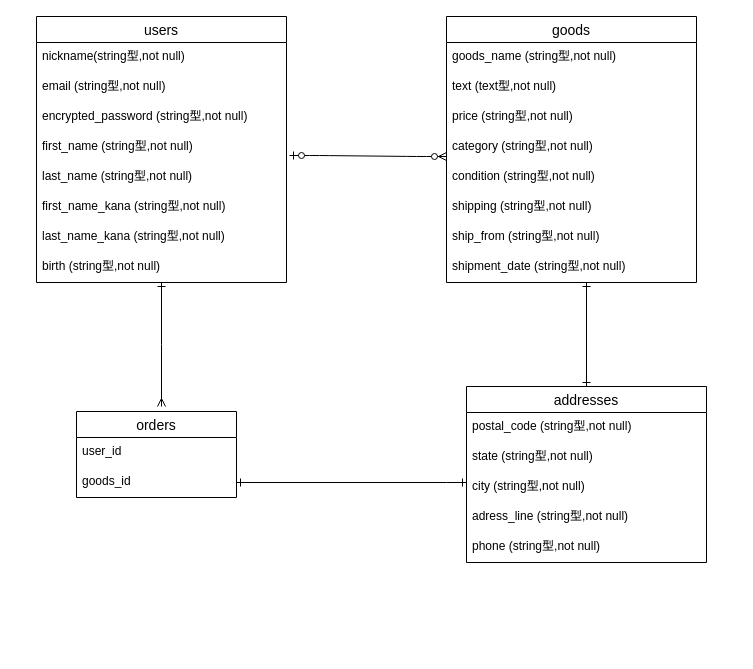
Earlier version of the draw.io diagram Er.dio (tina0729/furima-36096). Source tidied: cells renumbered, new cells numbered last; positions are measured from the earlier drawing's top-left corner, leaving out a move shared by most shapes. Both pictures are drawn from the tidied source at 100%, with x=0, y=0 at pixel (36, 16).
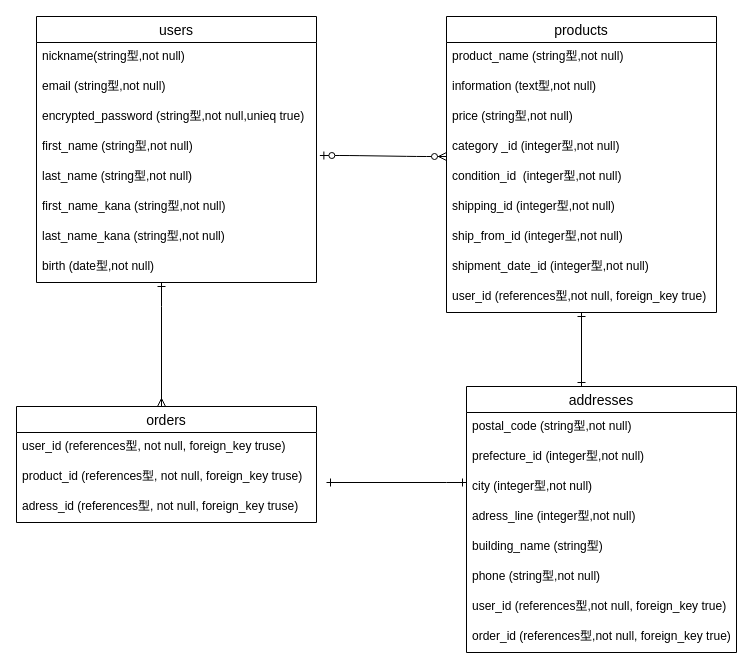
Above is the later version.

Change to the diagram source:
```diff
@@
     <mxCell id="2" style="edgeStyle=orthogonalEdgeStyle;rounded=0;jettySize=auto;html=1;endArrow=ERmany;endFill=0;startArrow=ERone;startFill=0;" parent="1" edge="1" source="3">
       <mxGeometry relative="1" as="geometry">
         <mxPoint x="125" y="390" as="targetPoint" />
+        <Array as="points">
+          <mxPoint x="125" y="290" />
+          <mxPoint x="125" y="290" />
+        </Array>
       </mxGeometry>
     </mxCell>
     <mxCell id="3" value="users" style="swimlane;fontStyle=0;horizontal=1;startSize=26;align=center;fontSize=14;" parent="1" vertex="1">
-      <mxGeometry width="250" height="266" as="geometry" />
+      <mxGeometry width="280" height="266" as="geometry" />
     </mxCell>
     <mxCell id="4" value="nickname(string型,not null)" style="text;strokeColor=none;fillColor=none;spacingLeft=4;spacingRight=4;overflow=hidden;fontSize=12;" parent="3" vertex="1">
-      <mxGeometry y="26" width="250" height="30" as="geometry" />
+      <mxGeometry y="26" width="280" height="30" as="geometry" />
     </mxCell>
     <mxCell id="5" value="email (string型,not null)" style="text;strokeColor=none;fillColor=none;spacingLeft=4;spacingRight=4;overflow=hidden;fontSize=12;" parent="3" vertex="1">
-      <mxGeometry y="56" width="250" height="30" as="geometry" />
+      <mxGeometry y="56" width="280" height="30" as="geometry" />
     </mxCell>
-    <mxCell id="6" value="encrypted_password (string型,not null)" style="text;strokeColor=none;fillColor=none;spacingLeft=4;spacingRight=4;overflow=hidden;fontSize=12;" parent="3" vertex="1">
-      <mxGeometry y="86" width="250" height="30" as="geometry" />
+    <mxCell id="6" value="encrypted_password (string型,not null,unieq true)" style="text;strokeColor=none;fillColor=none;spacingLeft=4;spacingRight=4;overflow=hidden;fontSize=12;" parent="3" vertex="1">
+      <mxGeometry y="86" width="280" height="30" as="geometry" />
     </mxCell>
     <mxCell id="7" value="first_name (string型,not null)" style="text;strokeColor=none;fillColor=none;spacingLeft=4;spacingRight=4;overflow=hidden;points=[[0,0.5],[1,0.5]];portConstraint=eastwest;fontSize=12;" parent="3" vertex="1">
-      <mxGeometry y="116" width="250" height="30" as="geometry" />
+      <mxGeometry y="116" width="280" height="30" as="geometry" />
     </mxCell>
     <mxCell id="8" value="last_name (string型,not null)" style="text;strokeColor=none;fillColor=none;spacingLeft=4;spacingRight=4;overflow=hidden;fontSize=12;" parent="3" vertex="1">
-      <mxGeometry y="146" width="250" height="30" as="geometry" />
+      <mxGeometry y="146" width="280" height="30" as="geometry" />
     </mxCell>
     <mxCell id="9" value="first_name_kana (string型,not null)" style="text;strokeColor=none;fillColor=none;spacingLeft=4;spacingRight=4;overflow=hidden;fontSize=12;" parent="3" vertex="1">
-      <mxGeometry y="176" width="250" height="30" as="geometry" />
+      <mxGeometry y="176" width="280" height="30" as="geometry" />
     </mxCell>
     <mxCell id="10" value="last_name_kana (string型,not null)" style="text;strokeColor=none;fillColor=none;spacingLeft=4;spacingRight=4;overflow=hidden;fontSize=12;" parent="3" vertex="1">
-      <mxGeometry y="206" width="250" height="30" as="geometry" />
+      <mxGeometry y="206" width="280" height="30" as="geometry" />
     </mxCell>
-    <mxCell id="11" value="birth (string型,not null)" style="text;strokeColor=none;fillColor=none;spacingLeft=4;spacingRight=4;overflow=hidden;fontSize=12;" parent="3" vertex="1">
-      <mxGeometry y="236" width="250" height="30" as="geometry" />
+    <mxCell id="11" value="birth (date型,not null)" style="text;strokeColor=none;fillColor=none;spacingLeft=4;spacingRight=4;overflow=hidden;fontSize=12;" parent="3" vertex="1">
+      <mxGeometry y="236" width="280" height="30" as="geometry" />
     </mxCell>
     <mxCell id="12" value="orders" style="swimlane;fontStyle=0;horizontal=1;startSize=26;align=center;fontSize=14;" parent="1" vertex="1">
-      <mxGeometry x="40" y="395" width="160" height="86" as="geometry" />
+      <mxGeometry x="-20" y="390" width="300" height="116" as="geometry" />
     </mxCell>
-    <mxCell id="13" value="user_id" style="text;strokeColor=none;fillColor=none;spacingLeft=4;spacingRight=4;overflow=hidden;fontSize=12;" parent="12" vertex="1">
-      <mxGeometry y="26" width="160" height="30" as="geometry" />
+    <mxCell id="13" value="user_id (references型, not null, foreign_key truse)" style="text;strokeColor=none;fillColor=none;spacingLeft=4;spacingRight=4;overflow=hidden;fontSize=12;" parent="12" vertex="1">
+      <mxGeometry y="26" width="300" height="30" as="geometry" />
     </mxCell>
+    <mxCell id="33" value="product_id (references型, not null, foreign_key truse)" style="text;strokeColor=none;fillColor=none;spacingLeft=4;spacingRight=4;overflow=hidden;fontSize=12;" parent="12" vertex="1">
+      <mxGeometry y="56" width="300" height="30" as="geometry" />
+    </mxCell>
-    <mxCell id="14" value="goods_id" style="text;strokeColor=none;fillColor=none;spacingLeft=4;spacingRight=4;overflow=hidden;points=[[0,0.5],[1,0.5]];portConstraint=eastwest;fontSize=12;" parent="12" vertex="1">
-      <mxGeometry y="56" width="160" height="30" as="geometry" />
+    <mxCell id="14" value="adress_id (references型, not null, foreign_key truse)&#10; " style="text;strokeColor=none;fillColor=none;spacingLeft=4;spacingRight=4;overflow=hidden;points=[[0,0.5],[1,0.5]];portConstraint=eastwest;fontSize=12;" parent="12" vertex="1">
+      <mxGeometry y="86" width="300" height="30" as="geometry" />
     </mxCell>
@@
-    <mxCell id="16" value="goods" style="swimlane;fontStyle=0;horizontal=1;startSize=26;align=center;fontSize=14;" parent="1" vertex="1">
-      <mxGeometry x="410" width="250" height="266" as="geometry" />
+    <mxCell id="16" value="products" style="swimlane;fontStyle=0;horizontal=1;startSize=26;align=center;fontSize=14;" parent="1" vertex="1">
+      <mxGeometry x="410" width="270" height="296" as="geometry" />
     </mxCell>
-    <mxCell id="17" value="goods_name (string型,not null)" style="text;strokeColor=none;fillColor=none;spacingLeft=4;spacingRight=4;overflow=hidden;fontSize=12;" parent="16" vertex="1">
-      <mxGeometry y="26" width="250" height="30" as="geometry" />
+    <mxCell id="17" value="product_name (string型,not null)" style="text;strokeColor=none;fillColor=none;spacingLeft=4;spacingRight=4;overflow=hidden;fontSize=12;" parent="16" vertex="1">
+      <mxGeometry y="26" width="270" height="30" as="geometry" />
     </mxCell>
-    <mxCell id="18" value="text (text型,not null)" style="text;strokeColor=none;fillColor=none;spacingLeft=4;spacingRight=4;overflow=hidden;fontSize=12;" parent="16" vertex="1">
-      <mxGeometry y="56" width="250" height="30" as="geometry" />
+    <mxCell id="18" value="information (text型,not null)" style="text;strokeColor=none;fillColor=none;spacingLeft=4;spacingRight=4;overflow=hidden;fontSize=12;" parent="16" vertex="1">
+      <mxGeometry y="56" width="270" height="30" as="geometry" />
     </mxCell>
     <mxCell id="19" value="price (string型,not null)" style="text;strokeColor=none;fillColor=none;spacingLeft=4;spacingRight=4;overflow=hidden;fontSize=12;" parent="16" vertex="1">
-      <mxGeometry y="86" width="250" height="30" as="geometry" />
+      <mxGeometry y="86" width="270" height="30" as="geometry" />
     </mxCell>
-    <mxCell id="20" value="category (string型,not null)" style="text;strokeColor=none;fillColor=none;spacingLeft=4;spacingRight=4;overflow=hidden;fontSize=12;" parent="16" vertex="1">
-      <mxGeometry y="116" width="250" height="30" as="geometry" />
+    <mxCell id="20" value="category _id (integer型,not null)" style="text;strokeColor=none;fillColor=none;spacingLeft=4;spacingRight=4;overflow=hidden;fontSize=12;" parent="16" vertex="1">
+      <mxGeometry y="116" width="270" height="30" as="geometry" />
     </mxCell>
-    <mxCell id="21" value="condition (string型,not null)" style="text;strokeColor=none;fillColor=none;spacingLeft=4;spacingRight=4;overflow=hidden;fontSize=12;" parent="16" vertex="1">
-      <mxGeometry y="146" width="250" height="30" as="geometry" />
+    <mxCell id="21" value="condition_id  (integer型,not null)" style="text;strokeColor=none;fillColor=none;spacingLeft=4;spacingRight=4;overflow=hidden;fontSize=12;" parent="16" vertex="1">
+      <mxGeometry y="146" width="270" height="30" as="geometry" />
     </mxCell>
-    <mxCell id="22" value="shipping (string型,not null)" style="text;strokeColor=none;fillColor=none;spacingLeft=4;spacingRight=4;overflow=hidden;fontSize=12;" parent="16" vertex="1">
-      <mxGeometry y="176" width="250" height="30" as="geometry" />
+    <mxCell id="22" value="shipping_id (integer型,not null)" style="text;strokeColor=none;fillColor=none;spacingLeft=4;spacingRight=4;overflow=hidden;fontSize=12;" parent="16" vertex="1">
+      <mxGeometry y="176" width="270" height="30" as="geometry" />
     </mxCell>
-    <mxCell id="23" value="ship_from (string型,not null)" style="text;strokeColor=none;fillColor=none;spacingLeft=4;spacingRight=4;overflow=hidden;fontSize=12;" parent="16" vertex="1">
-      <mxGeometry y="206" width="250" height="30" as="geometry" />
+    <mxCell id="23" value="ship_from_id (integer型,not null)" style="text;strokeColor=none;fillColor=none;spacingLeft=4;spacingRight=4;overflow=hidden;fontSize=12;" parent="16" vertex="1">
+      <mxGeometry y="206" width="270" height="30" as="geometry" />
     </mxCell>
+    <mxCell id="34" value="shipment_date_id (integer型,not null)&#10; " style="text;strokeColor=none;fillColor=none;spacingLeft=4;spacingRight=4;overflow=hidden;fontSize=12;" parent="16" vertex="1">
+      <mxGeometry y="236" width="270" height="30" as="geometry" />
+    </mxCell>
-    <mxCell id="24" value="shipment_date (string型,not null)&#10; " style="text;strokeColor=none;fillColor=none;spacingLeft=4;spacingRight=4;overflow=hidden;fontSize=12;" parent="16" vertex="1">
-      <mxGeometry y="236" width="250" height="30" as="geometry" />
+    <mxCell id="24" value="user_id (references型,not null, foreign_key true)&#10; " style="text;strokeColor=none;fillColor=none;spacingLeft=4;spacingRight=4;overflow=hidden;fontSize=12;" parent="16" vertex="1">
+      <mxGeometry y="266" width="270" height="30" as="geometry" />
     </mxCell>
     <mxCell id="25" value="addresses" style="swimlane;fontStyle=0;horizontal=1;startSize=26;align=center;fontSize=14;" parent="1" vertex="1">
-      <mxGeometry x="430" y="370" width="240" height="176" as="geometry" />
+      <mxGeometry x="430" y="370" width="270" height="266" as="geometry" />
     </mxCell>
     <mxCell id="26" value="postal_code (string型,not null)" style="text;strokeColor=none;fillColor=none;spacingLeft=4;spacingRight=4;overflow=hidden;fontSize=12;" parent="25" vertex="1">
-      <mxGeometry y="26" width="240" height="30" as="geometry" />
+      <mxGeometry y="26" width="270" height="30" as="geometry" />
     </mxCell>
-    <mxCell id="27" value="state (string型,not null)" style="text;strokeColor=none;fillColor=none;spacingLeft=4;spacingRight=4;overflow=hidden;fontSize=12;" parent="25" vertex="1">
-      <mxGeometry y="56" width="240" height="30" as="geometry" />
+    <mxCell id="27" value="prefecture_id (integer型,not null)" style="text;strokeColor=none;fillColor=none;spacingLeft=4;spacingRight=4;overflow=hidden;fontSize=12;" parent="25" vertex="1">
+      <mxGeometry y="56" width="270" height="30" as="geometry" />
     </mxCell>
-    <mxCell id="28" value="city (string型,not null)" style="text;strokeColor=none;fillColor=none;spacingLeft=4;spacingRight=4;overflow=hidden;fontSize=12;" parent="25" vertex="1">
-      <mxGeometry y="86" width="240" height="30" as="geometry" />
+    <mxCell id="28" value="city (integer型,not null)" style="text;strokeColor=none;fillColor=none;spacingLeft=4;spacingRight=4;overflow=hidden;fontSize=12;" parent="25" vertex="1">
+      <mxGeometry y="86" width="270" height="30" as="geometry" />
     </mxCell>
-    <mxCell id="29" value="adress_line (string型,not null)" style="text;strokeColor=none;fillColor=none;spacingLeft=4;spacingRight=4;overflow=hidden;fontSize=12;" parent="25" vertex="1">
-      <mxGeometry y="116" width="240" height="30" as="geometry" />
+    <mxCell id="29" value="adress_line (integer型,not null)" style="text;strokeColor=none;fillColor=none;spacingLeft=4;spacingRight=4;overflow=hidden;fontSize=12;" parent="25" vertex="1">
+      <mxGeometry y="116" width="270" height="30" as="geometry" />
     </mxCell>
-    <mxCell id="30" value="phone (string型,not null)" style="text;strokeColor=none;fillColor=none;spacingLeft=4;spacingRight=4;overflow=hidden;fontSize=12;" parent="25" vertex="1">
-      <mxGeometry y="146" width="240" height="30" as="geometry" />
+    <mxCell id="30" value="building_name (string型)" style="text;strokeColor=none;fillColor=none;spacingLeft=4;spacingRight=4;overflow=hidden;fontSize=12;" parent="25" vertex="1">
+      <mxGeometry y="146" width="270" height="30" as="geometry" />
     </mxCell>
+    <mxCell id="35" value="phone (string型,not null)" style="text;strokeColor=none;fillColor=none;spacingLeft=4;spacingRight=4;overflow=hidden;fontSize=12;" parent="25" vertex="1">
+      <mxGeometry y="176" width="270" height="30" as="geometry" />
+    </mxCell>
+    <mxCell id="36" value="user_id (references型,not null, foreign_key true)&#10; " style="text;strokeColor=none;fillColor=none;spacingLeft=4;spacingRight=4;overflow=hidden;fontSize=12;" parent="25" vertex="1">
+      <mxGeometry y="206" width="270" height="30" as="geometry" />
+    </mxCell>
+    <mxCell id="37" value="order_id (references型,not null, foreign_key true)&#10; " style="text;strokeColor=none;fillColor=none;spacingLeft=4;spacingRight=4;overflow=hidden;fontSize=12;" parent="25" vertex="1">
+      <mxGeometry y="236" width="270" height="30" as="geometry" />
+    </mxCell>
@@
-    <mxCell id="32" style="edgeStyle=orthogonalEdgeStyle;rounded=0;jettySize=auto;html=1;startArrow=ERone;startFill=0;endArrow=ERone;endFill=0;" parent="1" edge="1" source="14">
+    <mxCell id="32" style="edgeStyle=orthogonalEdgeStyle;rounded=0;orthogonalLoop=1;jettySize=auto;html=1;startArrow=ERone;startFill=0;endArrow=ERone;endFill=0;" parent="1" edge="1">
       <mxGeometry relative="1" as="geometry">
+        <mxPoint x="290" y="466" as="sourcePoint" />
         <mxPoint x="430" y="466" as="targetPoint" />
         <Array as="points">
           <mxPoint x="410" y="466" />
           <mxPoint x="410" y="466" />
         </Array>
       </mxGeometry>
     </mxCell>
```
